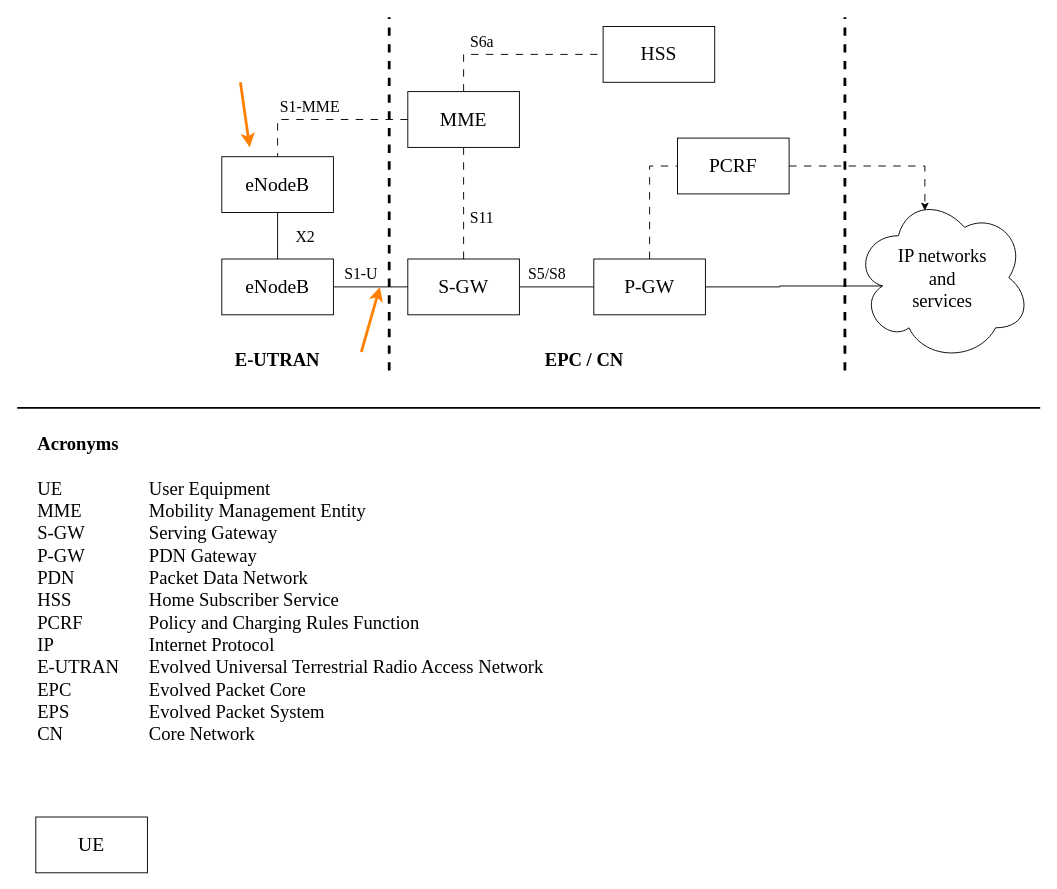
Earlier version of the draw.io diagram page "4G Arch" (1 of 5) of OFDM.drawio (troders34/research). Source tidied: cells renumbered, new cells numbered last; positions are measured from the earlier drawing's top-left corner, leaving out a move shared by most shapes. Both pictures are drawn from the tidied source at 93%, with x=0, y=0 at pixel (17, 17).
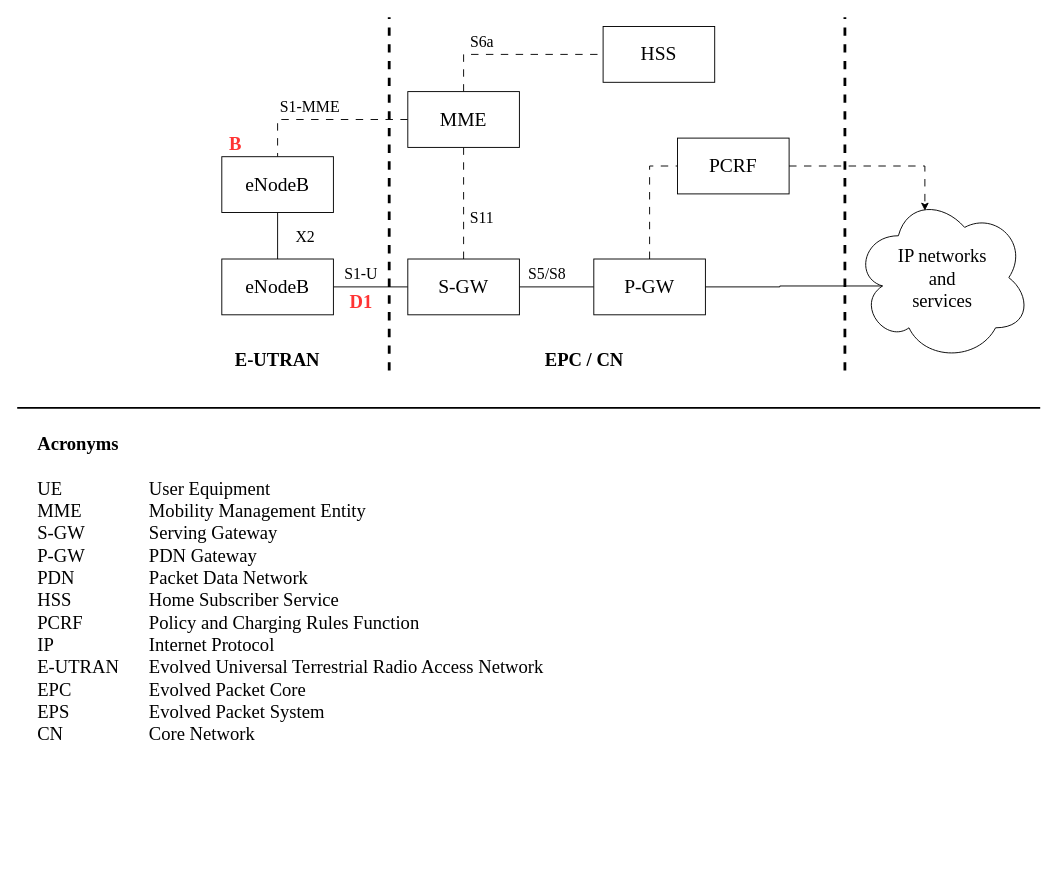
After the change.

Diff of the diagram source:
```diff
@@
-    <mxCell id="31" value="UE" style="rounded=0;whiteSpace=wrap;html=1;fontFamily=Times New Roman;verticalAlign=middle;fontSize=21;" parent="1" vertex="1">
-      <mxGeometry x="20" y="860" width="120" height="60" as="geometry" />
-    </mxCell>
-    <mxCell id="32" style="endArrow=classic;html=1;rounded=0;strokeWidth=3;fillColor=#f8cecc;strokeColor=#FF8000;" parent="1" edge="1">
-      <mxGeometry relative="1" as="geometry">
-        <mxPoint x="370" y="360" as="sourcePoint" />
-        <mxPoint x="390" y="290" as="targetPoint" />
-      </mxGeometry>
-    </mxCell>
-    <mxCell id="33" style="endArrow=classic;html=1;rounded=0;strokeWidth=3;fillColor=#f8cecc;strokeColor=#FF8000;" parent="1" edge="1">
-      <mxGeometry relative="1" as="geometry">
-        <mxPoint x="240" y="70" as="sourcePoint" />
-        <mxPoint x="250" y="140" as="targetPoint" />
-      </mxGeometry>
-    </mxCell>
+    <mxCell id="34" value="&lt;b&gt;&lt;font&gt;B&lt;/font&gt;&lt;/b&gt;" style="text;html=1;align=center;verticalAlign=middle;whiteSpace=wrap;rounded=0;fontColor=#FF3333;fontFamily=Times New Roman;fontSize=20;" parent="1" vertex="1">
+      <mxGeometry x="220" y="120" width="30" height="30" as="geometry" />
+    </mxCell>
+    <mxCell id="35" value="&lt;b&gt;&lt;font&gt;D1&lt;/font&gt;&lt;/b&gt;" style="text;html=1;align=center;verticalAlign=middle;whiteSpace=wrap;rounded=0;fontColor=#FF3333;fontFamily=Times New Roman;fontSize=20;" parent="1" vertex="1">
+      <mxGeometry x="350" y="290" width="40" height="30" as="geometry" />
+    </mxCell>
```
